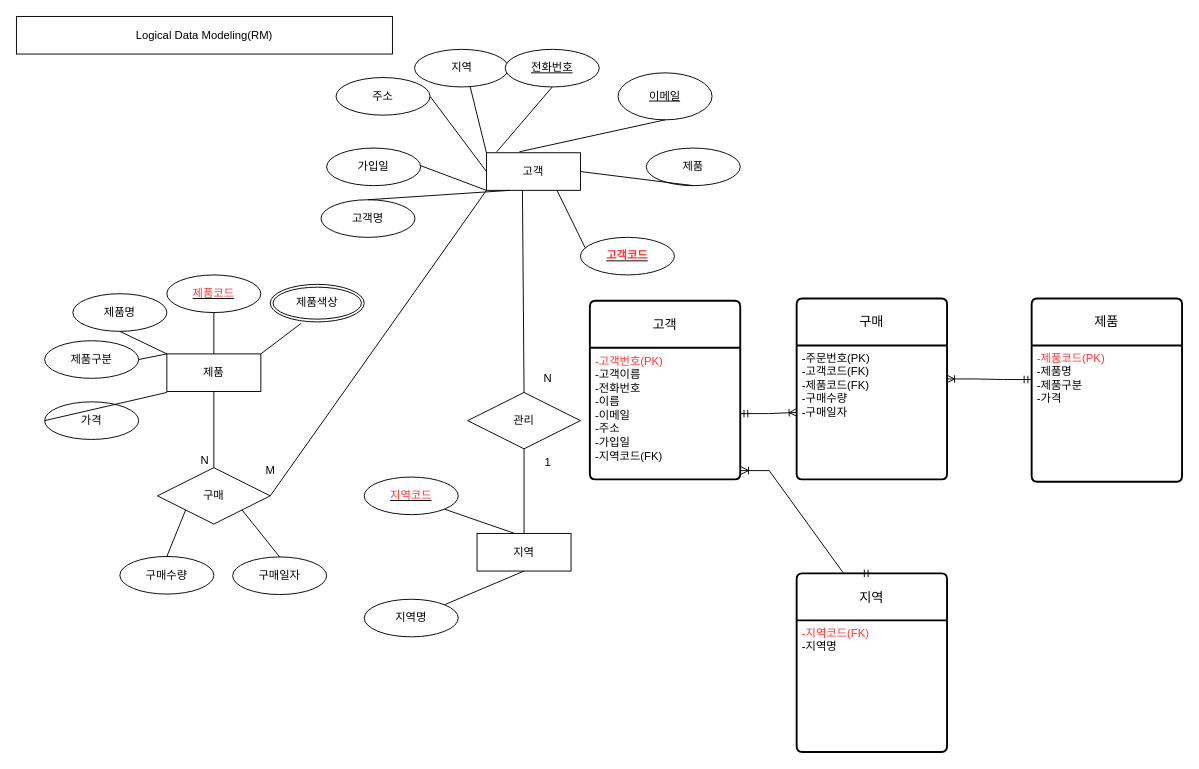
Before: page "페이지-2" (2 of 3) of erd.drawio in ttuttae/ai8erd, a draw.io diagram. Source tidied: cells renumbered, new cells numbered last; positions are measured from the earlier drawing's top-left corner, leaving out a move shared by most shapes. Both pictures are drawn from the tidied source at 94%, with x=0, y=0 at pixel (16, 16).
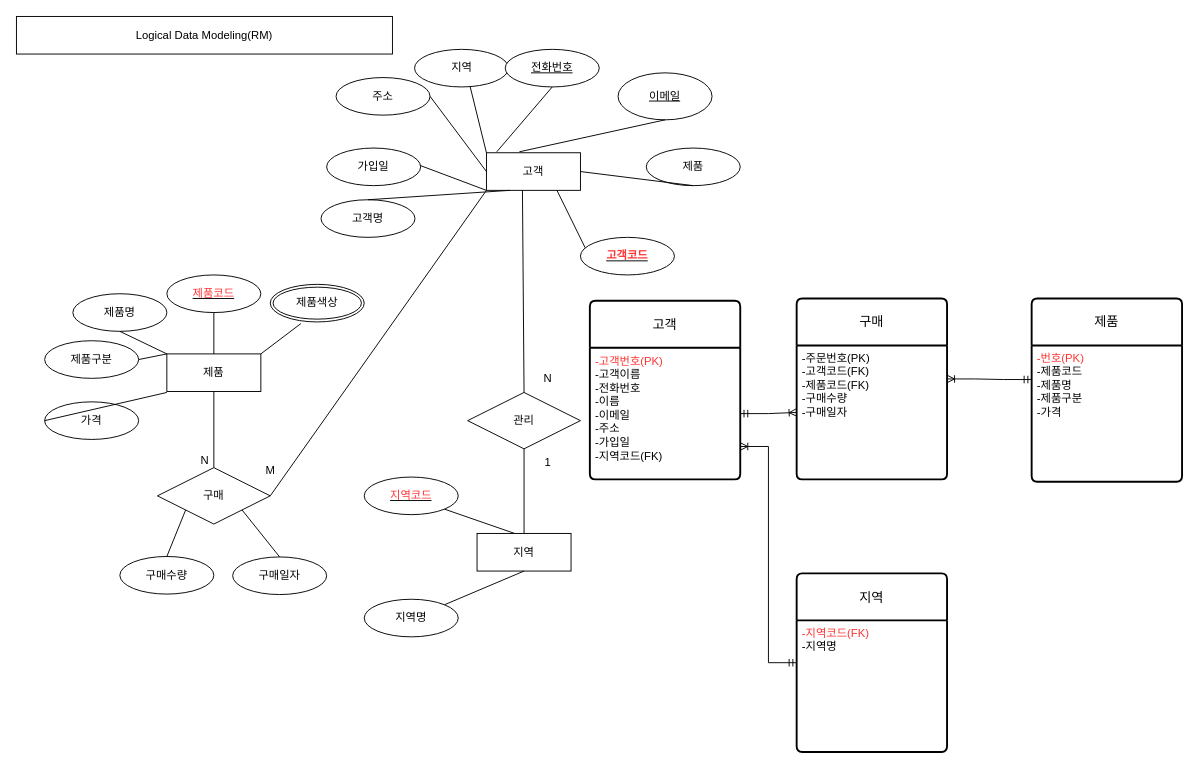
After the change.

The change refers to these unchanged cells:
```xml
<mxCell id="4" value="&lt;font color=&quot;#ff3333&quot;&gt;-고객번호(PK)&lt;/font&gt;&lt;br style=&quot;border-color: var(--border-color); text-align: center;&quot;&gt;&lt;span style=&quot;text-align: center;&quot;&gt;-고객이름&lt;/span&gt;&lt;br style=&quot;border-color: var(--border-color); text-align: center;&quot;&gt;&lt;span style=&quot;text-align: center;&quot;&gt;-전화번호&lt;/span&gt;&lt;br style=&quot;border-color: var(--border-color); text-align: center;&quot;&gt;&lt;span style=&quot;text-align: center;&quot;&gt;-이름&lt;/span&gt;&lt;br style=&quot;border-color: var(--border-color); text-align: center;&quot;&gt;&lt;span style=&quot;text-align: center;&quot;&gt;-이메일&lt;/span&gt;&lt;br style=&quot;border-color: var(--border-color); text-align: center;&quot;&gt;&lt;span style=&quot;text-align: center;&quot;&gt;-주소&lt;/span&gt;&lt;br style=&quot;border-color: var(--border-color); text-align: center;&quot;&gt;&lt;span style=&quot;text-align: center;&quot;&gt;-가입일&lt;br&gt;-지역코드(FK)&lt;br&gt;&lt;/span&gt;" style="align=left;strokeColor=none;fillColor=none;spacingLeft=4;fontSize=12;verticalAlign=top;html=1;" parent="3" vertex="1">
  <mxGeometry y="50" width="160" height="140" as="geometry" />
</mxCell>
<mxCell id="5" value="지역" style="swimlane;horizontal=1;startSize=50;rounded=1;fontSize=14;fontStyle=0;strokeWidth=2;shadow=0;dashed=0;align=center;arcSize=4;whiteSpace=wrap;html=1;" parent="1" vertex="1">
  <mxGeometry x="830" y="592.5" width="160" height="190" as="geometry" />
</mxCell>
<mxCell id="7" value="제품" style="swimlane;horizontal=1;startSize=50;rounded=1;fontSize=14;fontStyle=0;strokeWidth=2;shadow=0;dashed=0;align=center;arcSize=4;whiteSpace=wrap;html=1;" parent="1" vertex="1">
  <mxGeometry x="1080" y="300" width="160" height="195" as="geometry" />
</mxCell>
```

Change to the diagram source:
```diff
@@
-    <mxCell id="8" value="&lt;font color=&quot;#ff3333&quot;&gt;-제품코드(PK)&lt;/font&gt;&lt;br&gt;-제품명&lt;br&gt;-제품구분&lt;br&gt;-가격" style="align=left;strokeColor=none;fillColor=none;spacingLeft=4;fontSize=12;verticalAlign=top;html=1;" parent="7" vertex="1">
+    <mxCell id="8" value="&lt;font color=&quot;#ff3333&quot;&gt;-번호(PK)&lt;/font&gt;&lt;br&gt;-제품코드&lt;br&gt;-제품명&lt;br&gt;-제품구분&lt;br&gt;-가격" style="align=left;strokeColor=none;fillColor=none;spacingLeft=4;fontSize=12;verticalAlign=top;html=1;" parent="7" vertex="1">
       <mxGeometry y="50" width="160" height="145" as="geometry" />
     </mxCell>
-    <mxCell id="9" style="edgeStyle=entityRelationEdgeStyle;fontSize=12;html=1;endArrow=ERoneToMany;startArrow=ERmandOne;rounded=0;exitX=0.5;exitY=0;exitDx=0;exitDy=0;entryX=1.005;entryY=0.933;entryDx=0;entryDy=0;entryPerimeter=0;" parent="1" edge="1" source="5" target="4">
+    <mxCell id="9" style="edgeStyle=entityRelationEdgeStyle;fontSize=12;html=1;endArrow=ERoneToMany;startArrow=ERmandOne;rounded=0;entryX=1;entryY=0.75;entryDx=0;entryDy=0;exitX=0;exitY=0.5;exitDx=0;exitDy=0;" parent="1" edge="1" source="5" target="4">
       <mxGeometry relative="1" as="geometry">
         <Array as="points">
-          <mxPoint x="670" y="642.5" />
-          <mxPoint x="600" y="632.5" />
-          <mxPoint x="700" y="542.5" />
+          <mxPoint x="750" y="660" />
+          <mxPoint x="709.2" y="736.9" />
+          <mxPoint x="710.2" y="716.9" />
+          <mxPoint x="579.2" y="719.4" />
+          <mxPoint x="509.2" y="709.4" />
+          <mxPoint x="609.2" y="619.4" />
         </Array>
       </mxGeometry>
     </mxCell>
```
